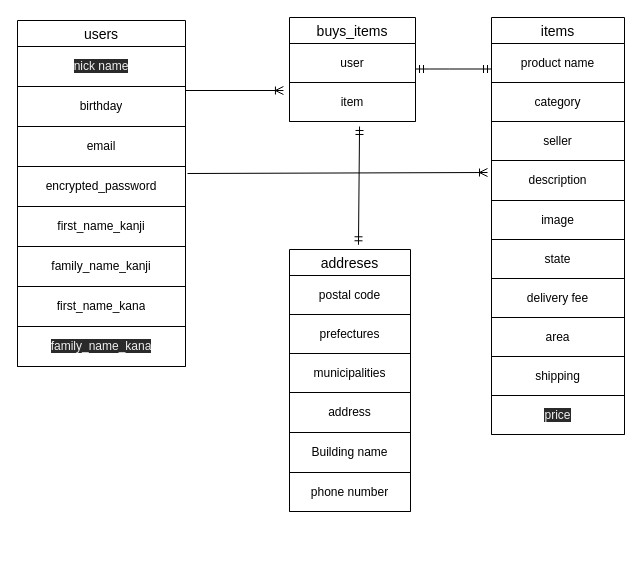
Above: db.dio in Toya32/furima-31907 (draw.io), before the change. Source tidied: cells renumbered, new cells numbered last; positions are measured from the earlier drawing's top-left corner, leaving out a move shared by most shapes. Both pictures are drawn from the tidied source at 100%, with x=0, y=0 at pixel (17, 17).
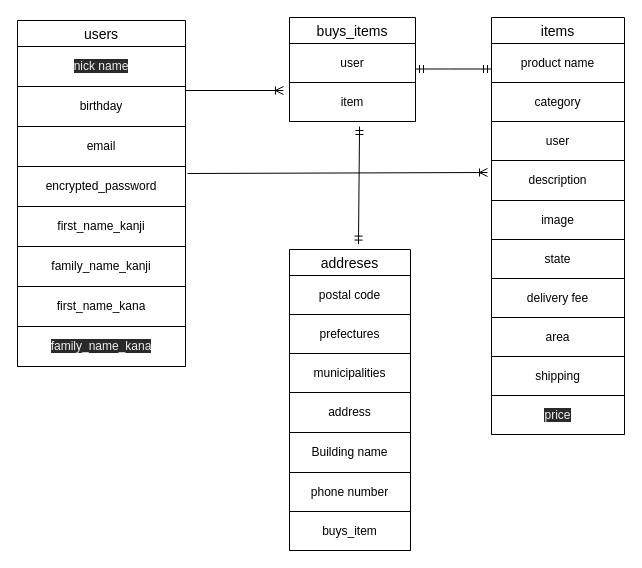
The same diagram, later.

Unchanged cells that the change refers to:
```xml
<mxCell id="41" style="shape=partialRectangle;html=1;whiteSpace=wrap;fillColor=none;top=0;left=0;bottom=0;right=0;" parent="36" vertex="1">
  <mxGeometry y="78" width="133" height="39" as="geometry" />
</mxCell>
```

Change to the diagram source:
```diff
@@
     <mxCell id="21" value="addreses" style="swimlane;fontStyle=0;horizontal=1;startSize=26;align=center;fontSize=14;" parent="1" vertex="1">
-      <mxGeometry x="272" y="232" width="121" height="262" as="geometry" />
+      <mxGeometry x="272" y="232" width="121" height="301" as="geometry" />
     </mxCell>
     <mxCell id="22" style="shape=table;html=1;whiteSpace=wrap;startSize=0;childLayout=tableLayout;" parent="21" vertex="1">
-      <mxGeometry y="26" width="121" height="236" as="geometry" />
+      <mxGeometry y="26" width="121" height="275" as="geometry" />
     </mxCell>
@@
+    <mxCell id="66" style="shape=partialRectangle;html=1;whiteSpace=wrap;fillColor=none;top=0;left=0;bottom=0;right=0;" parent="22" vertex="1">
+      <mxGeometry y="236" width="121" height="39" as="geometry" />
+    </mxCell>
+    <mxCell id="67" value="buys_item" style="shape=partialRectangle;html=1;whiteSpace=wrap;overflow=hidden;fillColor=none;top=0;left=0;bottom=0;right=0;" parent="66" vertex="1">
+      <mxGeometry width="121" height="39" as="geometry" />
+    </mxCell>
@@
-    <mxCell id="42" value="seller" style="shape=partialRectangle;html=1;whiteSpace=wrap;overflow=hidden;fillColor=none;top=0;left=0;bottom=0;right=0;" parent="41" vertex="1">
+    <mxCell id="42" value="user" style="shape=partialRectangle;html=1;whiteSpace=wrap;overflow=hidden;fillColor=none;top=0;left=0;bottom=0;right=0;" parent="41" vertex="1">
       <mxGeometry width="133" height="39" as="geometry" />
     </mxCell>
```
